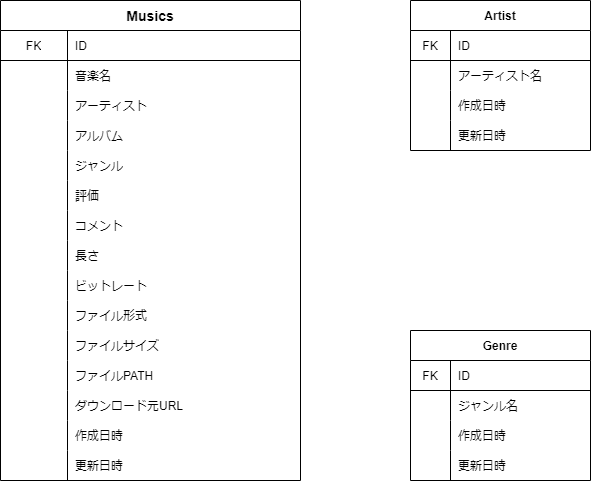
Before: er.drawio.png, a diagram exported from draw.io (monomonosu/SoundHornet-Test). Source tidied: cells renumbered, new cells last; positions are measured from the earlier drawing's top-left corner, leaving out a move shared by most shapes.
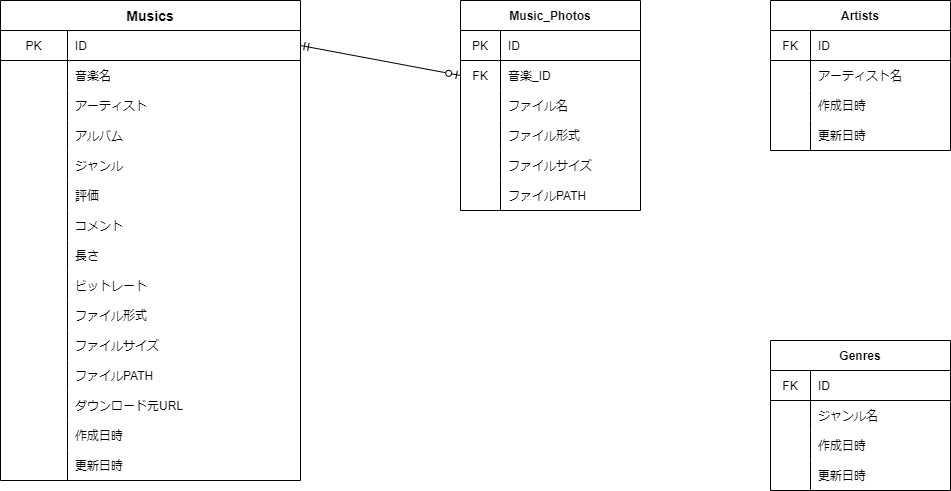
The same file after the commit.

Change to the diagram source:
```diff
@@ -3,12 +3,12 @@
     <mxCell id="0" />
     <mxCell id="1" parent="0" />
     <mxCell id="2" value="Musics" style="shape=table;startSize=30;rowLines=0;fontStyle=1;align=center;fontSize=14;" parent="1" vertex="1">
-      <mxGeometry width="300" height="480" as="geometry" />
+      <mxGeometry x="-200" width="300" height="480" as="geometry" />
     </mxCell>
     <mxCell id="3" style="shape=partialRectangle;html=1;whiteSpace=wrap;fillColor=none;top=0;left=0;bottom=1;right=0;points=[[0,0.5],[1,0.5]];portConstraint=eastwest;" parent="2" vertex="1">
       <mxGeometry y="30" width="300" height="30" as="geometry" />
     </mxCell>
-    <mxCell id="4" value="FK" style="shape=partialRectangle;html=1;whiteSpace=wrap;fillColor=none;top=0;left=0;bottom=0;right=0;overflow=hidden;" parent="3" vertex="1">
+    <mxCell id="4" value="PK" style="shape=partialRectangle;html=1;whiteSpace=wrap;fillColor=none;top=0;left=0;bottom=0;right=0;overflow=hidden;" parent="3" vertex="1">
       <mxGeometry width="67" height="30" as="geometry" />
     </mxCell>
     <mxCell id="5" value="ID" style="shape=partialRectangle;html=1;whiteSpace=wrap;fillColor=none;top=0;left=0;bottom=0;right=0;align=left;spacingLeft=6;overflow=hidden;" parent="3" vertex="1">
@@ -140,8 +140,8 @@
     <mxCell id="47" value="更新日時" style="shape=partialRectangle;html=1;whiteSpace=wrap;fillColor=none;top=0;left=0;bottom=0;right=0;align=left;spacingLeft=6;overflow=hidden;" parent="45" vertex="1">
       <mxGeometry x="67" width="233" height="30" as="geometry" />
     </mxCell>
-    <mxCell id="48" value="Artist" style="shape=table;startSize=30;rowLines=0;fontStyle=1;align=center;" parent="1" vertex="1">
-      <mxGeometry x="410" width="180" height="150" as="geometry" />
+    <mxCell id="48" value="Artists" style="shape=table;startSize=30;rowLines=0;fontStyle=1;align=center;" parent="1" vertex="1">
+      <mxGeometry x="570" width="180" height="150" as="geometry" />
     </mxCell>
     <mxCell id="49" style="shape=partialRectangle;html=1;whiteSpace=wrap;fillColor=none;top=0;left=0;bottom=1;right=0;" parent="48" vertex="1">
       <mxGeometry y="30" width="180" height="30" as="geometry" />
@@ -179,8 +179,8 @@
     <mxCell id="60" value="更新日時" style="shape=partialRectangle;html=1;whiteSpace=wrap;fillColor=none;top=0;left=0;bottom=0;right=0;align=left;spacingLeft=6;overflow=hidden;" parent="58" vertex="1">
       <mxGeometry x="40" width="140" height="30" as="geometry" />
     </mxCell>
-    <mxCell id="61" value="Genre" style="shape=table;startSize=30;rowLines=0;fontStyle=1;align=center;" parent="1" vertex="1">
-      <mxGeometry x="410" y="330" width="180" height="150" as="geometry" />
+    <mxCell id="61" value="Genres" style="shape=table;startSize=30;rowLines=0;fontStyle=1;align=center;" parent="1" vertex="1">
+      <mxGeometry x="570" y="340" width="180" height="150" as="geometry" />
     </mxCell>
     <mxCell id="62" style="shape=partialRectangle;html=1;whiteSpace=wrap;fillColor=none;top=0;left=0;bottom=1;right=0;" parent="61" vertex="1">
       <mxGeometry y="30" width="180" height="30" as="geometry" />
@@ -218,5 +218,65 @@
     <mxCell id="73" value="更新日時" style="shape=partialRectangle;html=1;whiteSpace=wrap;fillColor=none;top=0;left=0;bottom=0;right=0;align=left;spacingLeft=6;overflow=hidden;" parent="71" vertex="1">
       <mxGeometry x="40" width="140" height="30" as="geometry" />
     </mxCell>
+    <mxCell id="74" value="Music_Photos" style="shape=table;startSize=30;rowLines=0;fontStyle=1;align=center;" parent="1" vertex="1">
+      <mxGeometry x="260" width="180" height="210" as="geometry" />
+    </mxCell>
+    <mxCell id="75" style="shape=partialRectangle;html=1;whiteSpace=wrap;fillColor=none;top=0;left=0;bottom=1;right=0;" parent="74" vertex="1">
+      <mxGeometry y="30" width="180" height="30" as="geometry" />
+    </mxCell>
+    <mxCell id="76" value="PK" style="shape=partialRectangle;html=1;whiteSpace=wrap;fillColor=none;top=0;left=0;bottom=0;right=0;overflow=hidden;" parent="75" vertex="1">
+      <mxGeometry width="40" height="30" as="geometry" />
+    </mxCell>
+    <mxCell id="77" value="ID" style="shape=partialRectangle;html=1;whiteSpace=wrap;fillColor=none;top=0;left=0;bottom=0;right=0;align=left;spacingLeft=6;overflow=hidden;" parent="75" vertex="1">
+      <mxGeometry x="40" width="140" height="30" as="geometry" />
+    </mxCell>
+    <mxCell id="78" style="shape=partialRectangle;html=1;whiteSpace=wrap;fillColor=none;top=0;left=0;bottom=0;right=0;points=[[0,0.5],[1,0.5]];portConstraint=eastwest;" parent="74" vertex="1">
+      <mxGeometry y="60" width="180" height="30" as="geometry" />
+    </mxCell>
+    <mxCell id="79" value="FK" style="shape=partialRectangle;html=1;whiteSpace=wrap;fillColor=none;top=0;left=0;bottom=0;right=0;overflow=hidden;" parent="78" vertex="1">
+      <mxGeometry width="40" height="30" as="geometry" />
+    </mxCell>
+    <mxCell id="80" value="音楽_ID" style="shape=partialRectangle;html=1;whiteSpace=wrap;fillColor=none;top=0;left=0;bottom=0;right=0;align=left;spacingLeft=6;overflow=hidden;" parent="78" vertex="1">
+      <mxGeometry x="40" width="140" height="30" as="geometry" />
+    </mxCell>
+    <mxCell id="81" style="shape=partialRectangle;html=1;whiteSpace=wrap;fillColor=none;top=0;left=0;bottom=0;right=0;" parent="74" vertex="1">
+      <mxGeometry y="90" width="180" height="30" as="geometry" />
+    </mxCell>
+    <mxCell id="82" style="shape=partialRectangle;html=1;whiteSpace=wrap;fillColor=none;top=0;left=0;bottom=0;right=0;overflow=hidden;" parent="81" vertex="1">
+      <mxGeometry width="40" height="30" as="geometry" />
+    </mxCell>
+    <mxCell id="83" value="ファイル名" style="shape=partialRectangle;html=1;whiteSpace=wrap;fillColor=none;top=0;left=0;bottom=0;right=0;align=left;spacingLeft=6;overflow=hidden;" parent="81" vertex="1">
+      <mxGeometry x="40" width="140" height="30" as="geometry" />
+    </mxCell>
+    <mxCell id="84" style="shape=partialRectangle;html=1;whiteSpace=wrap;fillColor=none;top=0;left=0;bottom=0;right=0;" parent="74" vertex="1">
+      <mxGeometry y="120" width="180" height="30" as="geometry" />
+    </mxCell>
+    <mxCell id="85" style="shape=partialRectangle;html=1;whiteSpace=wrap;fillColor=none;top=0;left=0;bottom=0;right=0;overflow=hidden;" parent="84" vertex="1">
+      <mxGeometry width="40" height="30" as="geometry" />
+    </mxCell>
+    <mxCell id="86" value="ファイル形式" style="shape=partialRectangle;html=1;whiteSpace=wrap;fillColor=none;top=0;left=0;bottom=0;right=0;align=left;spacingLeft=6;overflow=hidden;" parent="84" vertex="1">
+      <mxGeometry x="40" width="140" height="30" as="geometry" />
+    </mxCell>
+    <mxCell id="87" style="shape=partialRectangle;html=1;whiteSpace=wrap;fillColor=none;top=0;left=0;bottom=0;right=0;" parent="74" vertex="1">
+      <mxGeometry y="150" width="180" height="30" as="geometry" />
+    </mxCell>
+    <mxCell id="88" style="shape=partialRectangle;html=1;whiteSpace=wrap;fillColor=none;top=0;left=0;bottom=0;right=0;overflow=hidden;" parent="87" vertex="1">
+      <mxGeometry width="40" height="30" as="geometry" />
+    </mxCell>
+    <mxCell id="89" value="ファイルサイズ" style="shape=partialRectangle;html=1;whiteSpace=wrap;fillColor=none;top=0;left=0;bottom=0;right=0;align=left;spacingLeft=6;overflow=hidden;" parent="87" vertex="1">
+      <mxGeometry x="40" width="140" height="30" as="geometry" />
+    </mxCell>
+    <mxCell id="90" style="shape=partialRectangle;html=1;whiteSpace=wrap;fillColor=none;top=0;left=0;bottom=0;right=0;" parent="74" vertex="1">
+      <mxGeometry y="180" width="180" height="30" as="geometry" />
+    </mxCell>
+    <mxCell id="91" style="shape=partialRectangle;html=1;whiteSpace=wrap;fillColor=none;top=0;left=0;bottom=0;right=0;overflow=hidden;" parent="90" vertex="1">
+      <mxGeometry width="40" height="30" as="geometry" />
+    </mxCell>
+    <mxCell id="92" value="ファイルPATH" style="shape=partialRectangle;html=1;whiteSpace=wrap;fillColor=none;top=0;left=0;bottom=0;right=0;align=left;spacingLeft=6;overflow=hidden;" parent="90" vertex="1">
+      <mxGeometry x="40" width="140" height="30" as="geometry" />
+    </mxCell>
+    <mxCell id="93" style="edgeStyle=none;html=1;exitX=1;exitY=0.5;exitDx=0;exitDy=0;entryX=0;entryY=0.5;entryDx=0;entryDy=0;strokeColor=default;endArrow=ERzeroToOne;endFill=0;startArrow=ERmandOne;startFill=0;" parent="1" edge="1" source="3" target="78">
+      <mxGeometry relative="1" as="geometry" />
+    </mxCell>
   </root>
 </mxGraphModel>
```
